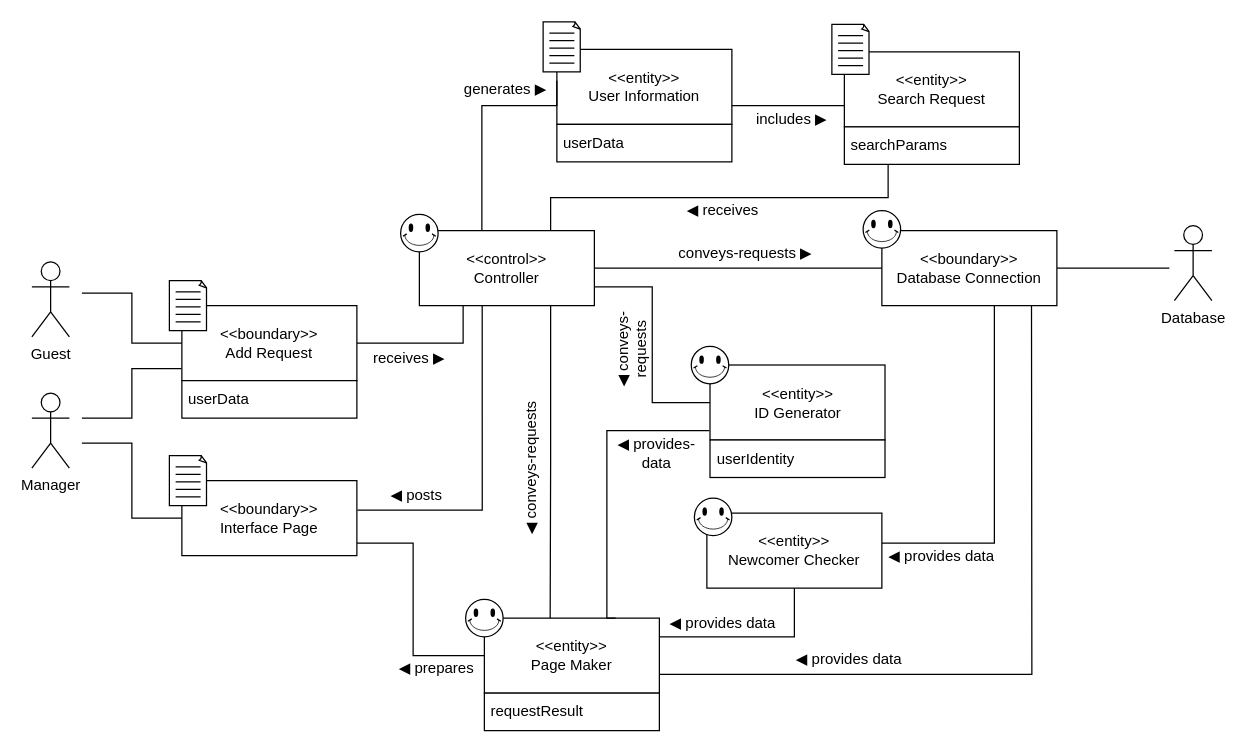
youngkwon02/Enhanced-library-management keeps this draw.io diagram as docs/DomainModels/diagrams/DM-UC-14.drawio. Above is the earlier version. Source tidied: cells renumbered, new cells numbered last; positions are measured from the earlier drawing's top-left corner, leaving out a move shared by most shapes. Both pictures are drawn from the tidied source at 125%, with x=0, y=0 at pixel (31, 21).
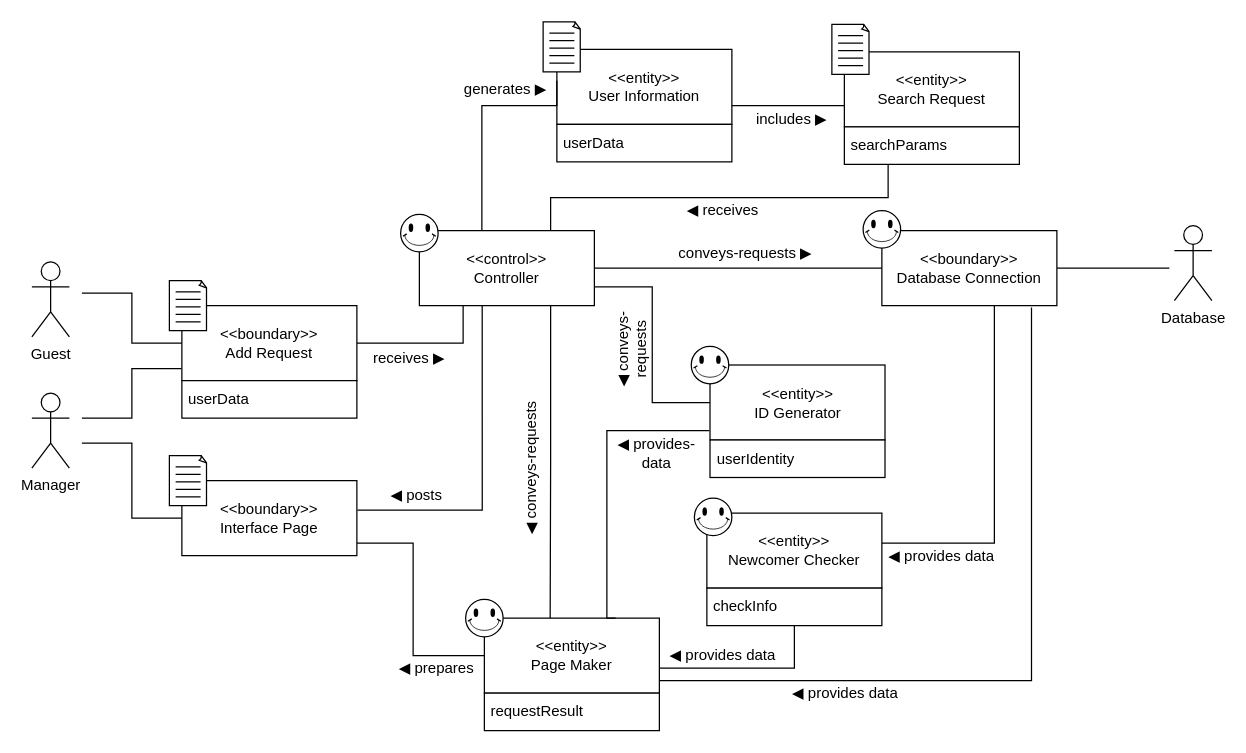
Above is the later version.

Unchanged cells that the change refers to:
```xml
<mxCell id="69" value="&amp;lt;&amp;lt;entity&amp;gt;&amp;gt;&lt;br&gt;Page Maker" style="rounded=0;whiteSpace=wrap;html=1;" parent="68" vertex="1">
  <mxGeometry x="15" y="15" width="140" height="60" as="geometry" />
</mxCell>
<mxCell id="72" value="&amp;lt;&amp;lt;entity&amp;gt;&amp;gt;&lt;br&gt;Newcomer Checker" style="rounded=0;whiteSpace=wrap;html=1;" parent="71" vertex="1">
  <mxGeometry x="10" y="12" width="140" height="60" as="geometry" />
</mxCell>
<mxCell id="76" value="&amp;lt;&amp;lt;boundary&amp;gt;&amp;gt;&lt;br&gt;Database Connection" style="rounded=0;whiteSpace=wrap;html=1;" parent="1" vertex="1">
  <mxGeometry x="680" y="167" width="140" height="60" as="geometry" />
</mxCell>
```

Diff of the diagram source:
```diff
@@
-    <mxCell id="74" style="edgeStyle=orthogonalEdgeStyle;rounded=0;jettySize=auto;html=1;exitX=0.855;exitY=1.024;exitDx=0;exitDy=0;entryX=1;entryY=0.75;entryDx=0;entryDy=0;endArrow=none;endFill=0;exitPerimeter=0;" parent="1" edge="1" source="76" target="69">
+    <mxCell id="74" style="edgeStyle=orthogonalEdgeStyle;rounded=0;jettySize=auto;html=1;exitX=0.855;exitY=1.024;exitDx=0;exitDy=0;endArrow=none;endFill=0;exitPerimeter=0;" parent="1" edge="1" source="76">
       <mxGeometry relative="1" as="geometry">
+        <mxPoint x="502" y="527" as="targetPoint" />
         <Array as="points">
-          <mxPoint x="800" y="227" />
-          <mxPoint x="800" y="522" />
+          <mxPoint x="800" y="527" />
+          <mxPoint x="502" y="527" />
         </Array>
       </mxGeometry>
     </mxCell>
@@
-    <mxCell id="85" style="edgeStyle=orthogonalEdgeStyle;rounded=0;jettySize=auto;html=1;exitX=0.5;exitY=1;exitDx=0;exitDy=0;entryX=1;entryY=0.25;entryDx=0;entryDy=0;endArrow=none;endFill=0;" parent="1" edge="1" source="72" target="69">
-      <mxGeometry relative="1" as="geometry" />
+    <mxCell id="85" style="edgeStyle=orthogonalEdgeStyle;rounded=0;jettySize=auto;html=1;exitX=0.5;exitY=1;exitDx=0;exitDy=0;endArrow=none;endFill=0;" parent="1" edge="1" source="72">
+      <mxGeometry relative="1" as="geometry">
+        <mxPoint x="502" y="517" as="targetPoint" />
+        <Array as="points">
+          <mxPoint x="610" y="517" />
+          <mxPoint x="502" y="517" />
+        </Array>
+      </mxGeometry>
     </mxCell>
     <mxCell id="86" value="◀ provides data" style="text;html=1;strokeColor=none;fillColor=none;align=center;verticalAlign=middle;whiteSpace=wrap;rounded=0;rotation=0;" parent="1" vertex="1">
-      <mxGeometry x="487.5" y="471" width="130" height="20" as="geometry" />
+      <mxGeometry x="487.5" y="497" width="130" height="20" as="geometry" />
     </mxCell>
     <mxCell id="87" value="◀ provides data" style="text;html=1;strokeColor=none;fillColor=none;align=center;verticalAlign=middle;whiteSpace=wrap;rounded=0;rotation=0;" parent="1" vertex="1">
-      <mxGeometry x="588.5" y="500" width="130" height="20" as="geometry" />
+      <mxGeometry x="585.5" y="527" width="130" height="20" as="geometry" />
     </mxCell>
@@
+    <mxCell id="96" value="&amp;nbsp;checkInfo" style="rounded=0;whiteSpace=wrap;html=1;align=left;" parent="1" vertex="1">
+      <mxGeometry x="540" y="453" width="140" height="30" as="geometry" />
+    </mxCell>
```
